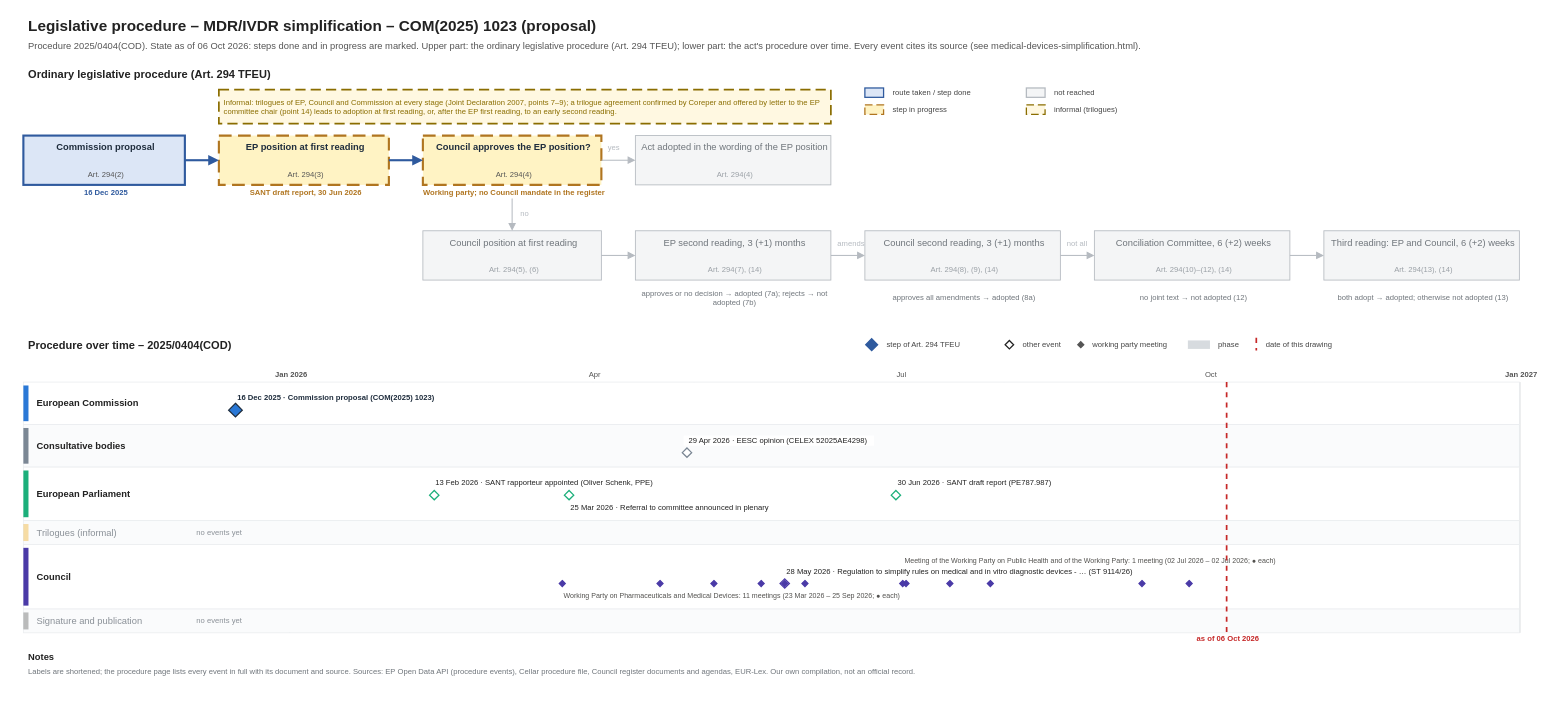
Earlier version of the draw.io diagram procedures/medical-devices-simplification.drawio (git-z0man/eu-regulation-timeline). Source tidied: cells renumbered, new cells numbered last; positions are measured from the earlier drawing's top-left corner, leaving out a move shared by most shapes. Both pictures are drawn from the tidied source at 85%, with x=0, y=0 at pixel (14, 14).
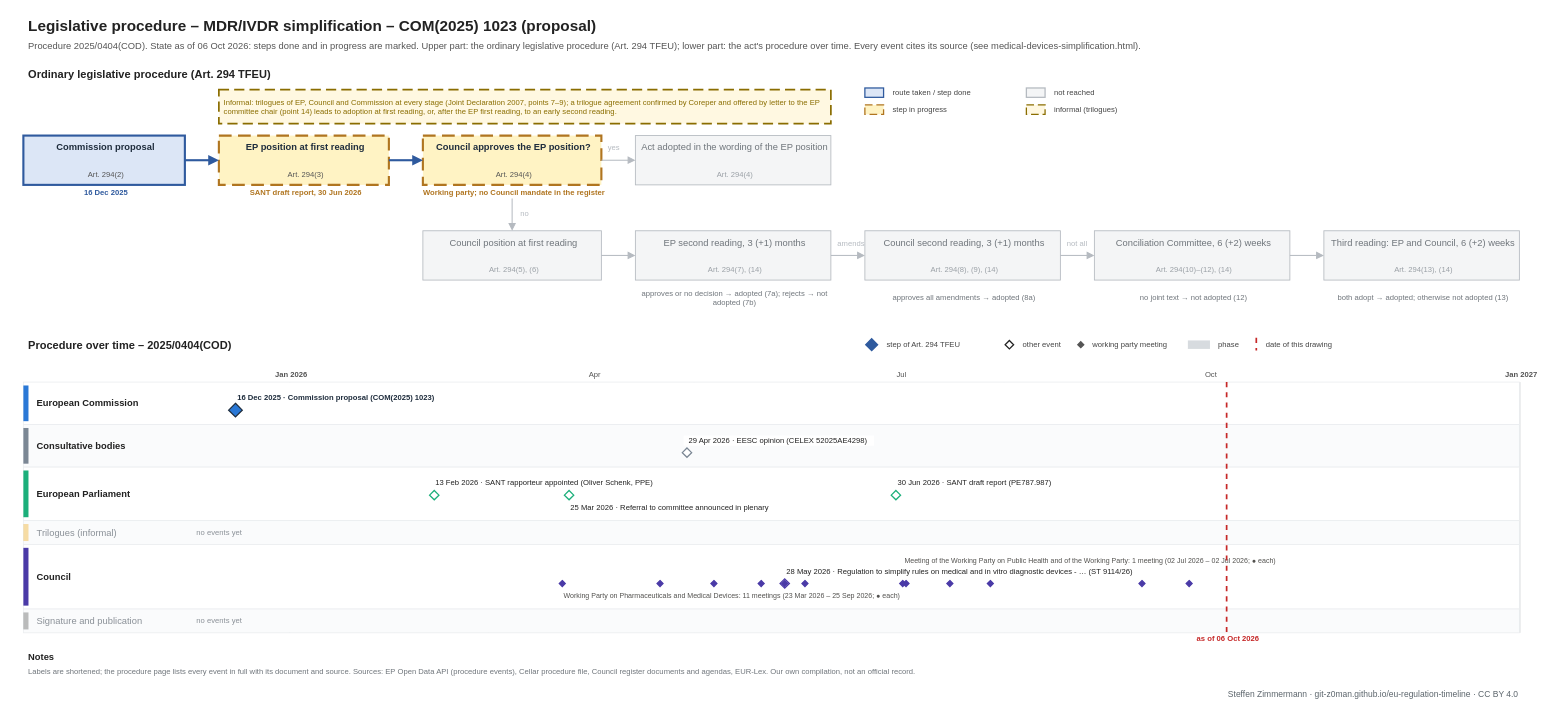
The same page after the edit.

The edit, as a diff of the source:
```diff
@@
+    <mxCell id="141" value="Steffen Zimmermann · git-z0man.github.io/eu-regulation-timeline · CC BY 4.0" style="text;html=1;fontSize=10;fontColor=#5b646b;align=right;verticalAlign=middle;spacingLeft=4;" parent="1" vertex="1">
+      <mxGeometry x="10" y="791" width="1760" height="16" as="geometry" />
+    </mxCell>
```
